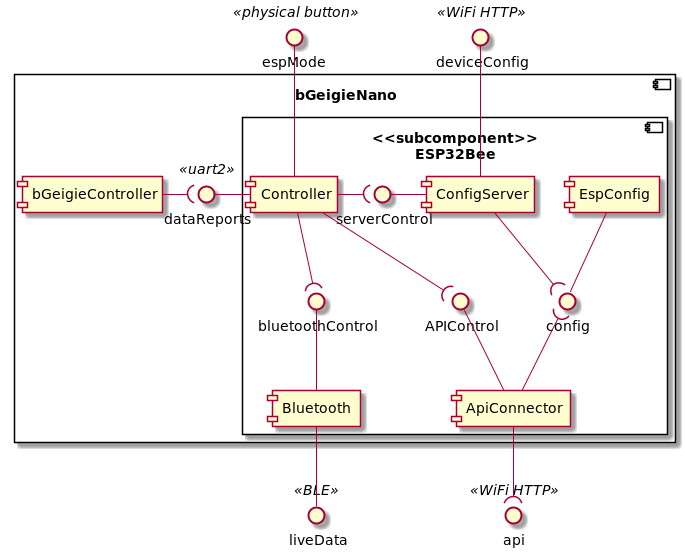
Before: designs/diagrams/components.png, a diagram exported from PlantUML (Safecast/bGeigieCast).
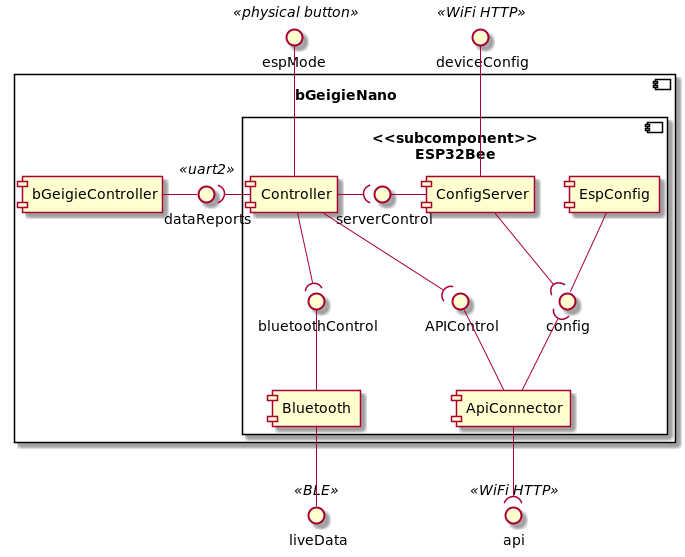
The same diagram one commit later.

Commit message:
change the dataReport interface in the diagram, now provided by bGeigieController

Diff of the diagram source:
```diff
@@ -23,7 +23,7 @@
 
         Controller -( serverControl
         serverControl - ConfigServer
-        dataReports - Controller
+        dataReports )- Controller
         config )-u- ConfigServer
         config -u- EspConfig
         deviceConfig -d- ConfigServer
@@ -38,7 +38,7 @@
         api )-u- ApiConnector
     }
 
-    bGeigieController -( dataReports
+    bGeigieController - dataReports
 
 }
 
```
